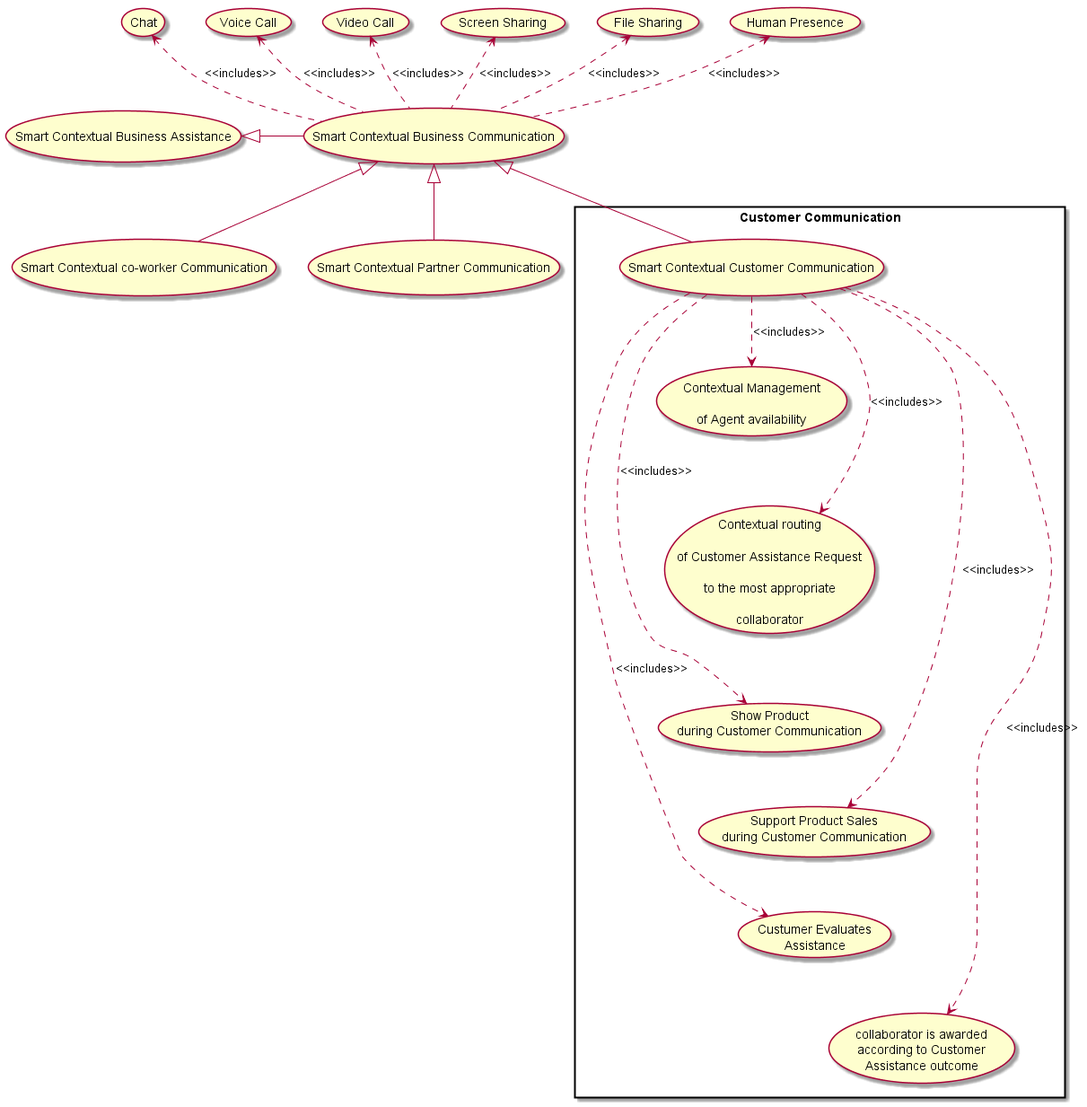
Earlier version of the PlantUML export docs/scenarios/smart-contextual-assistance/smart-contextual-business-communication-use-cases.png (reTHINK-project/scenario-service-implementation). Source of this version:
```plantuml
@startuml

usecase (Chat) as chatUC
usecase (Voice Call) as callUC
usecase (Video Call) as videoUC
usecase (Screen Sharing) as screenUC
usecase (File Sharing) as fileUC
usecase (Human Presence) as presenceUC




usecase (Smart Contextual Business Assistance) as bizzAssistUC

usecase (Smart Contextual Business Communication) as bizzCommUC
usecase (Smart Contextual co-worker Communication) as bizzCoworkerCommUC
usecase (Smart Contextual Partner Communication) as bizzPartnerCommUC

rectangle "Customer Communication" {
  usecase (Smart Contextual Customer Communication) as bizzClientCommUC

  usecase contextualRouting2AgentUC as "Contextual routing\n
  of Customer Assistance Request\n
  to the most appropriate\n
  collaborator"

  usecase contextualAgentAvailabilityUC as "Contextual Management\n
  of Agent availability"

  contextualRouting2AgentUC -[hidden]up- contextualAgentAvailabilityUC

  usecase showProductUC as "Show Product\nduring Customer Communication"

  contextualRouting2AgentUC -[hidden]down- showProductUC

  usecase salesUC as "Support Product Sales\nduring Customer Communication"

  salesUC -[hidden]up- showProductUC

  usecase evaluationUC as "Custumer Evaluates\nAssistance"

  salesUC -[hidden]down- evaluationUC

  usecase awardAgentUC as "collaborator is awarded\naccording to Customer\nAssistance outcome"

  awardAgentUC -[hidden]up- evaluationUC
}


bizzAssistUC <|-right-- bizzCommUC

chatUC <.. bizzCommUC : <<includes>>
callUC <.. bizzCommUC : <<includes>>
videoUC <.. bizzCommUC : <<includes>>
screenUC <.. bizzCommUC : <<includes>>
fileUC <.. bizzCommUC : <<includes>>
presenceUC <.. bizzCommUC : <<includes>>

bizzCommUC <|-- bizzCoworkerCommUC
bizzCommUC <|-- bizzClientCommUC
bizzCommUC <|-- bizzPartnerCommUC

bizzClientCommUC ..> contextualAgentAvailabilityUC : <<includes>>
bizzClientCommUC ..> contextualRouting2AgentUC : <<includes>>
bizzClientCommUC ..> showProductUC : <<includes>>
bizzClientCommUC ..> salesUC : <<includes>>
bizzClientCommUC ..> evaluationUC : <<includes>>
bizzClientCommUC ..> awardAgentUC : <<includes>>

@enduml
```
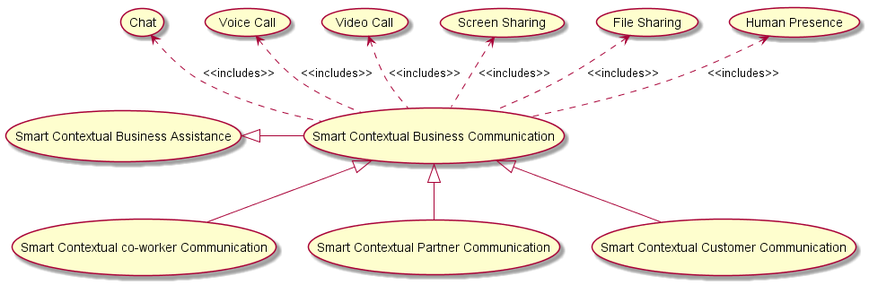
After the change.

Commit message:
smart-contextual-assistance update

Change to the diagram source:
```diff
@@ -16,35 +16,8 @@
 usecase (Smart Contextual co-worker Communication) as bizzCoworkerCommUC
 usecase (Smart Contextual Partner Communication) as bizzPartnerCommUC
 
-rectangle "Customer Communication" {
-  usecase (Smart Contextual Customer Communication) as bizzClientCommUC
+usecase (Smart Contextual Customer Communication) as bizzClientCommUC
 
-  usecase contextualRouting2AgentUC as "Contextual routing\n
-  of Customer Assistance Request\n
-  to the most appropriate\n
-  collaborator"
-
-  usecase contextualAgentAvailabilityUC as "Contextual Management\n
-  of Agent availability"
-
-  contextualRouting2AgentUC -[hidden]up- contextualAgentAvailabilityUC
-
-  usecase showProductUC as "Show Product\nduring Customer Communication"
-
-  contextualRouting2AgentUC -[hidden]down- showProductUC
-
-  usecase salesUC as "Support Product Sales\nduring Customer Communication"
-
-  salesUC -[hidden]up- showProductUC
-
-  usecase evaluationUC as "Custumer Evaluates\nAssistance"
-
-  salesUC -[hidden]down- evaluationUC
-
-  usecase awardAgentUC as "collaborator is awarded\naccording to Customer\nAssistance outcome"
-
-  awardAgentUC -[hidden]up- evaluationUC
-}
 
 
 bizzAssistUC <|-right-- bizzCommUC
@@ -60,11 +33,4 @@
 bizzCommUC <|-- bizzClientCommUC
 bizzCommUC <|-- bizzPartnerCommUC
 
-bizzClientCommUC ..> contextualAgentAvailabilityUC : <<includes>>
-bizzClientCommUC ..> contextualRouting2AgentUC : <<includes>>
-bizzClientCommUC ..> showProductUC : <<includes>>
-bizzClientCommUC ..> salesUC : <<includes>>
-bizzClientCommUC ..> evaluationUC : <<includes>>
-bizzClientCommUC ..> awardAgentUC : <<includes>>
-
 @enduml
```
